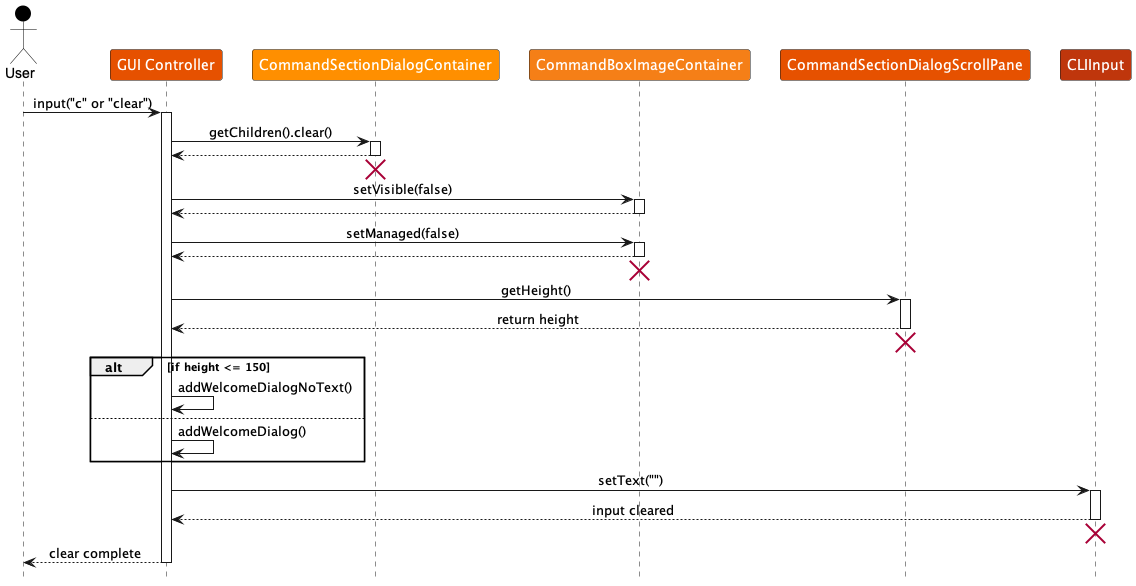
Earlier version of the PlantUML export docs/images/ClearTerminalSequenceDiagram.png (Emberlynn-Loo/tp).
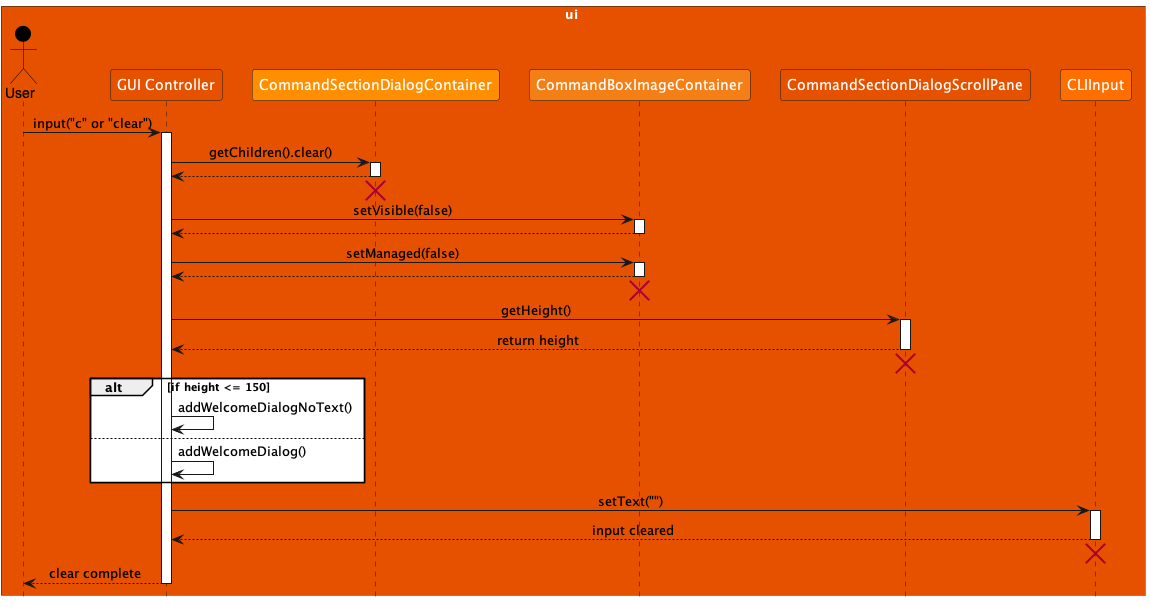
After the commit.

What changed in the source:
```diff
@@ -5,14 +5,16 @@
 !define DIALOG_CONTAINER_COLOR #FF8F00
 !define IMAGE_CONTAINER_COLOR #F57F17
 !define SCROLLPANE_COLOR #E65100
-!define CLIINPUT_COLOR #BF360C
+!define CLIINPUT_COLOR #FF6F00
 
+box ui GUI_CONTROLLER_COLOR
 actor User as user USER_COLOR
 participant "GUI Controller" as controller GUI_CONTROLLER_COLOR
 participant "CommandSectionDialogContainer" as dialogContainer DIALOG_CONTAINER_COLOR
 participant "CommandBoxImageContainer" as imageContainer IMAGE_CONTAINER_COLOR
 participant "CommandSectionDialogScrollPane" as scrollPane SCROLLPANE_COLOR
 participant "CLIInput" as cliInput CLIINPUT_COLOR
+end box
 
 user -> controller : input("c" or "clear")
 activate controller
```
